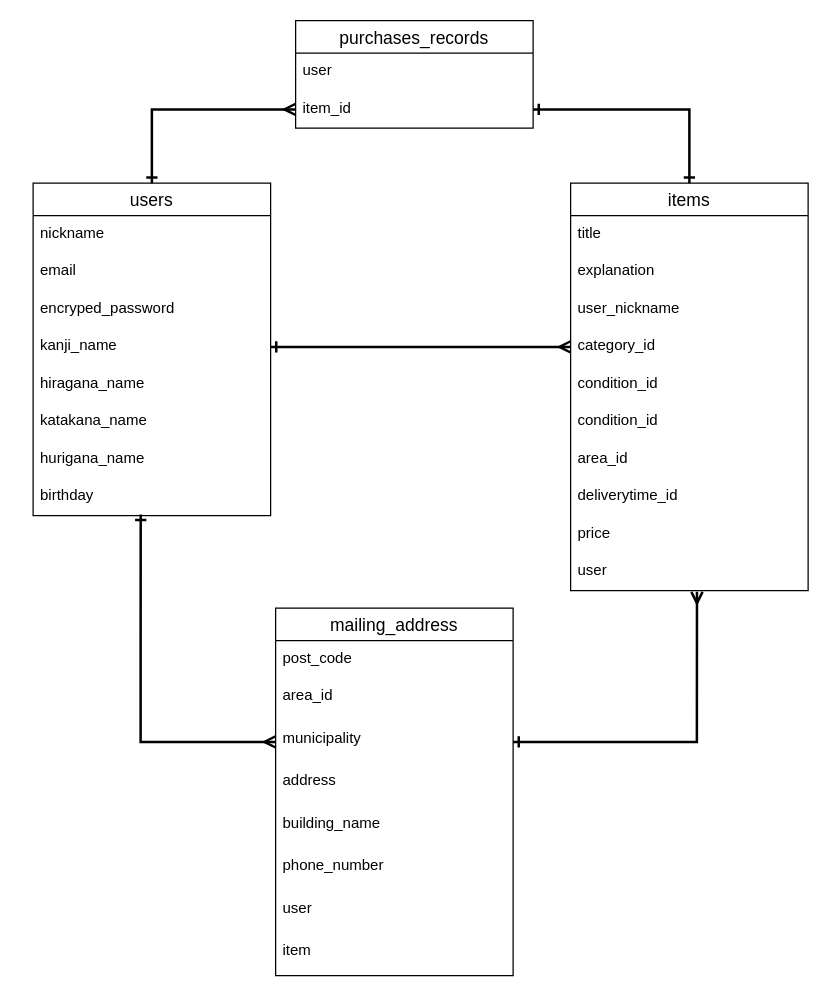
The draw.io diagram ER.dio in siranuino/furima-38106, before the edit. Source tidied: cells renumbered, new cells numbered last; positions are measured from the earlier drawing's top-left corner, leaving out a move shared by most shapes. Both pictures are drawn from the tidied source at 125%, with x=0, y=0 at pixel (32, 20).
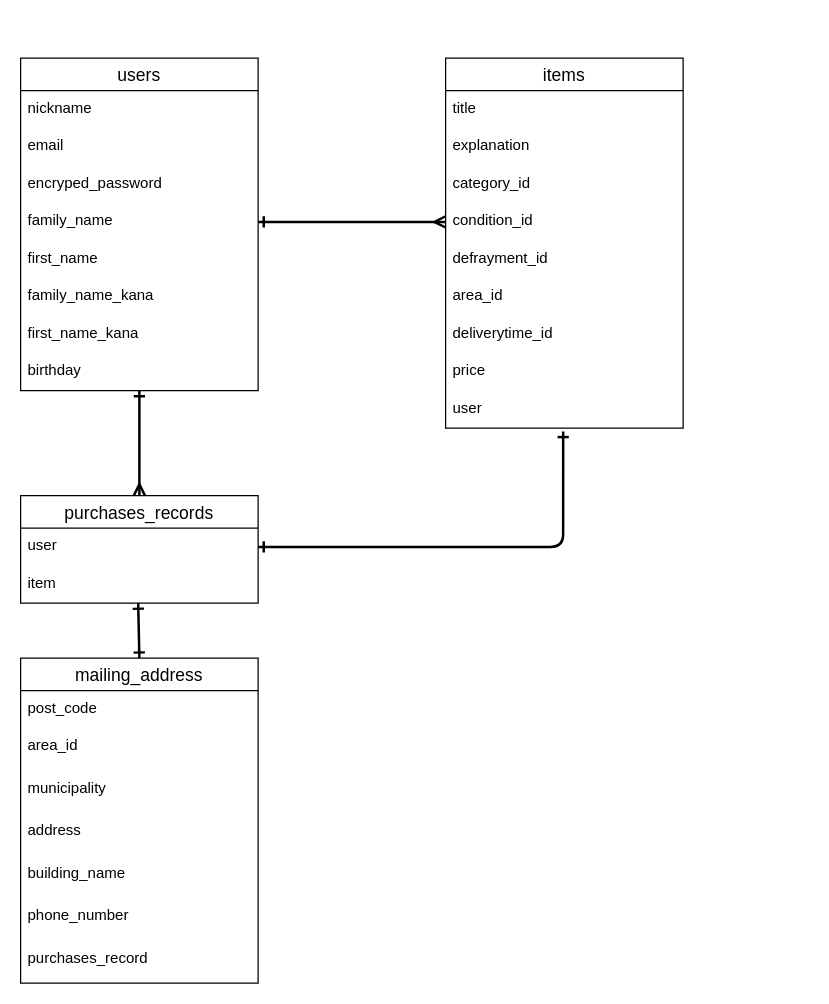
The same diagram, later.

The change refers to these unchanged cells:
```xml
<mxCell id="16" value="municipality" style="text;strokeColor=none;fillColor=none;spacingLeft=4;spacingRight=4;overflow=hidden;points=[[0,0.5],[1,0.5]];portConstraint=eastwest;fontSize=12;" parent="13" vertex="1">
  <mxGeometry y="90" width="190" height="34" as="geometry" />
</mxCell>
<mxCell id="31" value="birthday" style="text;strokeColor=none;fillColor=none;spacingLeft=4;spacingRight=4;overflow=hidden;points=[[0,0.5],[1,0.5]];portConstraint=eastwest;fontSize=12;" parent="23" vertex="1">
  <mxGeometry y="236" width="190" height="30" as="geometry" />
</mxCell>
<mxCell id="35" value="user" style="text;strokeColor=none;fillColor=none;spacingLeft=4;spacingRight=4;overflow=hidden;points=[[0,0.5],[1,0.5]];portConstraint=eastwest;fontSize=12;" parent="34" vertex="1">
  <mxGeometry y="26" width="190" height="30" as="geometry" />
</mxCell>
```

The edit, as a diff of the source:
```diff
@@
     <mxCell id="2" value="items" style="swimlane;fontStyle=0;horizontal=1;startSize=26;align=center;fontSize=14;" parent="1" vertex="1">
-      <mxGeometry x="430" y="130" width="190" height="326" as="geometry" />
+      <mxGeometry x="330" y="30" width="190" height="296" as="geometry" />
     </mxCell>
@@
-    <mxCell id="5" value="user_nickname" style="text;strokeColor=none;fillColor=none;spacingLeft=4;spacingRight=4;overflow=hidden;fontSize=12;" parent="2" vertex="1">
-      <mxGeometry y="86" width="190" height="30" as="geometry" />
-    </mxCell>
     <mxCell id="6" value="category_id" style="text;strokeColor=none;fillColor=none;spacingLeft=4;spacingRight=4;overflow=hidden;points=[[0,0.5],[1,0.5]];portConstraint=eastwest;fontSize=12;" parent="2" vertex="1">
-      <mxGeometry y="116" width="190" height="30" as="geometry" />
+      <mxGeometry y="86" width="190" height="30" as="geometry" />
     </mxCell>
     <mxCell id="7" value="condition_id" style="text;strokeColor=none;fillColor=none;spacingLeft=4;spacingRight=4;overflow=hidden;points=[[0,0.5],[1,0.5]];portConstraint=eastwest;fontSize=12;" parent="2" vertex="1">
-      <mxGeometry y="146" width="190" height="30" as="geometry" />
+      <mxGeometry y="116" width="190" height="30" as="geometry" />
     </mxCell>
-    <mxCell id="8" value="condition_id" style="text;strokeColor=none;fillColor=none;spacingLeft=4;spacingRight=4;overflow=hidden;fontSize=12;" parent="2" vertex="1">
-      <mxGeometry y="176" width="190" height="30" as="geometry" />
+    <mxCell id="8" value="defrayment_id" style="text;strokeColor=none;fillColor=none;spacingLeft=4;spacingRight=4;overflow=hidden;fontSize=12;" parent="2" vertex="1">
+      <mxGeometry y="146" width="190" height="30" as="geometry" />
     </mxCell>
     <mxCell id="9" value="area_id" style="text;strokeColor=none;fillColor=none;spacingLeft=4;spacingRight=4;overflow=hidden;fontSize=12;" parent="2" vertex="1">
-      <mxGeometry y="206" width="190" height="30" as="geometry" />
+      <mxGeometry y="176" width="190" height="30" as="geometry" />
     </mxCell>
     <mxCell id="10" value="deliverytime_id" style="text;strokeColor=none;fillColor=none;spacingLeft=4;spacingRight=4;overflow=hidden;fontSize=12;" parent="2" vertex="1">
-      <mxGeometry y="236" width="190" height="30" as="geometry" />
+      <mxGeometry y="206" width="190" height="30" as="geometry" />
     </mxCell>
     <mxCell id="11" value="price" style="text;strokeColor=none;fillColor=none;spacingLeft=4;spacingRight=4;overflow=hidden;fontSize=12;" parent="2" vertex="1">
-      <mxGeometry y="266" width="190" height="30" as="geometry" />
+      <mxGeometry y="236" width="190" height="30" as="geometry" />
     </mxCell>
     <mxCell id="12" value="user" style="text;strokeColor=none;fillColor=none;spacingLeft=4;spacingRight=4;overflow=hidden;points=[[0,0.5],[1,0.5]];portConstraint=eastwest;fontSize=12;" parent="2" vertex="1">
-      <mxGeometry y="296" width="190" height="30" as="geometry" />
+      <mxGeometry y="266" width="190" height="30" as="geometry" />
     </mxCell>
     <mxCell id="13" value="mailing_address" style="swimlane;fontStyle=0;horizontal=1;startSize=26;align=center;fontSize=14;direction=east;" parent="1" vertex="1">
-      <mxGeometry x="194" y="470" width="190" height="294" as="geometry" />
+      <mxGeometry x="-10" y="510" width="190" height="260" as="geometry" />
     </mxCell>
@@
-    <mxCell id="20" value="user" style="text;strokeColor=none;fillColor=none;spacingLeft=4;spacingRight=4;overflow=hidden;fontSize=12;" parent="13" vertex="1">
+    <mxCell id="20" value="purchases_record" style="text;strokeColor=none;fillColor=none;spacingLeft=4;spacingRight=4;overflow=hidden;fontSize=12;" parent="13" vertex="1">
       <mxGeometry y="226" width="190" height="34" as="geometry" />
     </mxCell>
-    <mxCell id="21" value="item" style="text;strokeColor=none;fillColor=none;spacingLeft=4;spacingRight=4;overflow=hidden;fontSize=12;" parent="13" vertex="1">
-      <mxGeometry y="260" width="190" height="34" as="geometry" />
-    </mxCell>
-    <mxCell id="22" style="edgeStyle=none;html=1;strokeColor=default;startArrow=ERone;startFill=0;endArrow=ERmany;endFill=0;entryX=0;entryY=0.5;entryDx=0;entryDy=0;exitX=1;exitY=0.5;exitDx=0;exitDy=0;strokeWidth=2;" parent="1" edge="1" source="27" target="6">
+    <mxCell id="22" style="edgeStyle=none;html=1;strokeColor=default;startArrow=ERone;startFill=0;endArrow=ERmany;endFill=0;entryX=0;entryY=0.5;entryDx=0;entryDy=0;exitX=1;exitY=0.5;exitDx=0;exitDy=0;strokeWidth=2;" parent="1" edge="1" source="27" target="7">
       <mxGeometry relative="1" as="geometry" />
     </mxCell>
     <mxCell id="23" value="users" style="swimlane;fontStyle=0;horizontal=1;startSize=26;align=center;fontSize=14;" parent="1" vertex="1">
-      <mxGeometry y="130" width="190" height="266" as="geometry" />
+      <mxGeometry x="-10" y="30" width="190" height="266" as="geometry" />
     </mxCell>
@@
-    <mxCell id="27" value="kanji_name" style="text;strokeColor=none;fillColor=none;spacingLeft=4;spacingRight=4;overflow=hidden;points=[[0,0.5],[1,0.5]];portConstraint=eastwest;fontSize=12;" parent="23" vertex="1">
+    <mxCell id="27" value="family_name" style="text;strokeColor=none;fillColor=none;spacingLeft=4;spacingRight=4;overflow=hidden;points=[[0,0.5],[1,0.5]];portConstraint=eastwest;fontSize=12;" parent="23" vertex="1">
       <mxGeometry y="116" width="190" height="30" as="geometry" />
     </mxCell>
-    <mxCell id="28" value="hiragana_name" style="text;strokeColor=none;fillColor=none;spacingLeft=4;spacingRight=4;overflow=hidden;fontSize=12;" parent="23" vertex="1">
+    <mxCell id="28" value="first_name" style="text;strokeColor=none;fillColor=none;spacingLeft=4;spacingRight=4;overflow=hidden;fontSize=12;" parent="23" vertex="1">
       <mxGeometry y="146" width="190" height="30" as="geometry" />
     </mxCell>
-    <mxCell id="29" value="katakana_name" style="text;strokeColor=none;fillColor=none;spacingLeft=4;spacingRight=4;overflow=hidden;fontSize=12;" parent="23" vertex="1">
+    <mxCell id="29" value="family_name_kana" style="text;strokeColor=none;fillColor=none;spacingLeft=4;spacingRight=4;overflow=hidden;fontSize=12;" parent="23" vertex="1">
       <mxGeometry y="176" width="190" height="30" as="geometry" />
     </mxCell>
-    <mxCell id="30" value="hurigana_name" style="text;strokeColor=none;fillColor=none;spacingLeft=4;spacingRight=4;overflow=hidden;fontSize=12;" parent="23" vertex="1">
+    <mxCell id="30" value="first_name_kana" style="text;strokeColor=none;fillColor=none;spacingLeft=4;spacingRight=4;overflow=hidden;fontSize=12;" parent="23" vertex="1">
       <mxGeometry y="206" width="190" height="30" as="geometry" />
     </mxCell>
@@
-    <mxCell id="32" style="edgeStyle=none;html=1;exitX=0;exitY=0.5;exitDx=0;exitDy=0;entryX=0.453;entryY=0.967;entryDx=0;entryDy=0;entryPerimeter=0;startArrow=ERmany;startFill=0;endArrow=ERone;endFill=0;strokeColor=default;rounded=0;strokeWidth=2;" parent="1" edge="1" source="16" target="31">
-      <mxGeometry relative="1" as="geometry">
-        <Array as="points">
-          <mxPoint x="86" y="577" />
-          <mxPoint x="86" y="500" />
-        </Array>
-      </mxGeometry>
-    </mxCell>
-    <mxCell id="33" style="edgeStyle=none;html=1;exitX=0.532;exitY=1.033;exitDx=0;exitDy=0;entryX=1;entryY=0.5;entryDx=0;entryDy=0;startArrow=ERmany;startFill=0;endArrow=ERone;endFill=0;strokeColor=default;rounded=0;strokeWidth=2;exitPerimeter=0;" parent="1" edge="1" source="12" target="16">
-      <mxGeometry relative="1" as="geometry">
-        <Array as="points">
-          <mxPoint x="531" y="577" />
-        </Array>
-      </mxGeometry>
-    </mxCell>
     <mxCell id="34" value="purchases_records" style="swimlane;fontStyle=0;horizontal=1;startSize=26;align=center;fontSize=14;" parent="1" vertex="1">
-      <mxGeometry x="210" width="190" height="86" as="geometry" />
+      <mxGeometry x="-10" y="380" width="190" height="86" as="geometry" />
     </mxCell>
@@
-    <mxCell id="36" value="item_id" style="text;strokeColor=none;fillColor=none;spacingLeft=4;spacingRight=4;overflow=hidden;points=[[0,0.5],[1,0.5]];portConstraint=eastwest;fontSize=12;" parent="34" vertex="1">
+    <mxCell id="36" value="item" style="text;strokeColor=none;fillColor=none;spacingLeft=4;spacingRight=4;overflow=hidden;points=[[0,0.5],[1,0.5]];portConstraint=eastwest;fontSize=12;" parent="34" vertex="1">
       <mxGeometry y="56" width="190" height="30" as="geometry" />
     </mxCell>
-    <mxCell id="37" style="edgeStyle=none;rounded=0;html=1;exitX=0;exitY=0.5;exitDx=0;exitDy=0;entryX=0.5;entryY=0;entryDx=0;entryDy=0;startArrow=ERmany;startFill=0;endArrow=ERone;endFill=0;strokeColor=default;strokeWidth=2;" parent="1" edge="1" source="36" target="23">
-      <mxGeometry relative="1" as="geometry">
-        <Array as="points">
-          <mxPoint x="95" y="71" />
-        </Array>
-      </mxGeometry>
-    </mxCell>
-    <mxCell id="38" style="edgeStyle=none;rounded=0;html=1;exitX=1;exitY=0.5;exitDx=0;exitDy=0;entryX=0.5;entryY=0;entryDx=0;entryDy=0;startArrow=ERone;startFill=0;endArrow=ERone;endFill=0;strokeColor=default;strokeWidth=2;" parent="1" edge="1" source="36" target="2">
-      <mxGeometry relative="1" as="geometry">
-        <Array as="points">
-          <mxPoint x="525" y="71" />
-        </Array>
-      </mxGeometry>
-    </mxCell>
+    <mxCell id="39" style="edgeStyle=none;html=1;strokeColor=default;startArrow=ERone;startFill=0;endArrow=ERmany;endFill=0;entryX=0.5;entryY=0;entryDx=0;entryDy=0;strokeWidth=2;" parent="1" edge="1" source="31" target="34">
+      <mxGeometry relative="1" as="geometry" />
+    </mxCell>
+    <mxCell id="40" style="edgeStyle=none;html=1;strokeColor=default;startArrow=ERone;startFill=0;endArrow=ERone;endFill=0;entryX=0.495;entryY=1.089;entryDx=0;entryDy=0;exitX=1;exitY=0.5;exitDx=0;exitDy=0;strokeWidth=2;entryPerimeter=0;" parent="1" edge="1" source="35" target="12">
+      <mxGeometry relative="1" as="geometry">
+        <Array as="points">
+          <mxPoint x="424" y="421" />
+        </Array>
+      </mxGeometry>
+    </mxCell>
+    <mxCell id="41" style="edgeStyle=none;html=1;strokeColor=default;startArrow=ERone;startFill=0;endArrow=ERone;endFill=0;entryX=0.495;entryY=1;entryDx=0;entryDy=0;exitX=0.5;exitY=0;exitDx=0;exitDy=0;strokeWidth=2;entryPerimeter=0;" parent="1" edge="1" source="13" target="36">
+      <mxGeometry relative="1" as="geometry" />
+    </mxCell>
```
